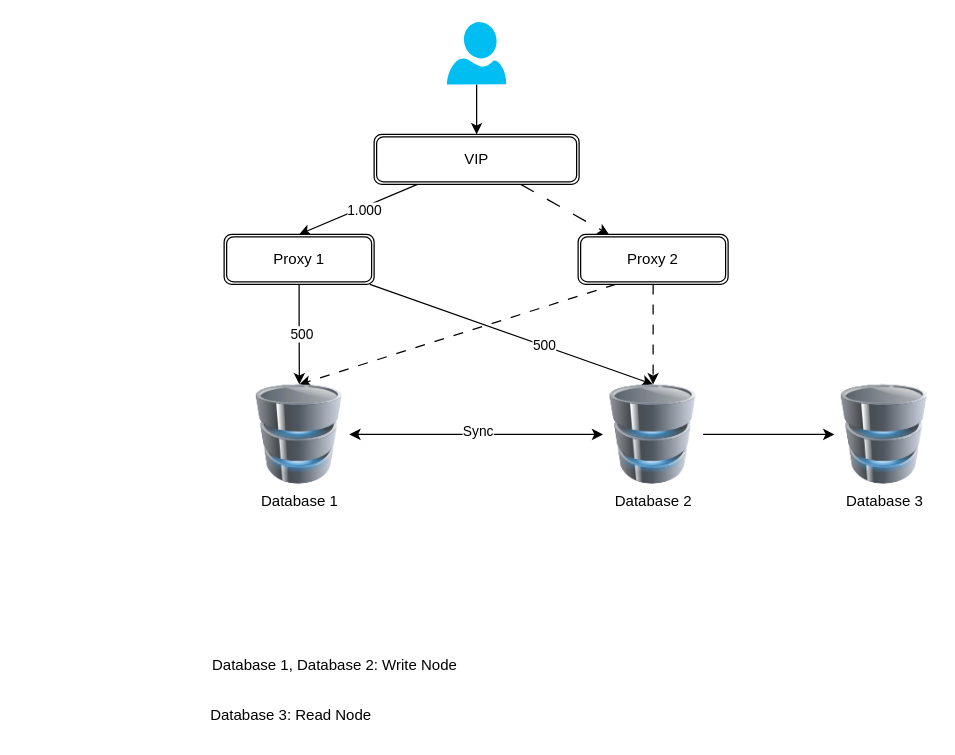
The draw.io diagram active-active.drawio in phongdd/CK-Flows, before the edit. Source tidied: cells renumbered, new cells numbered last; positions are measured from the earlier drawing's top-left corner, leaving out a move shared by most shapes. Both pictures are drawn from the tidied source at 125%, with x=0, y=0 at pixel (196, 21).
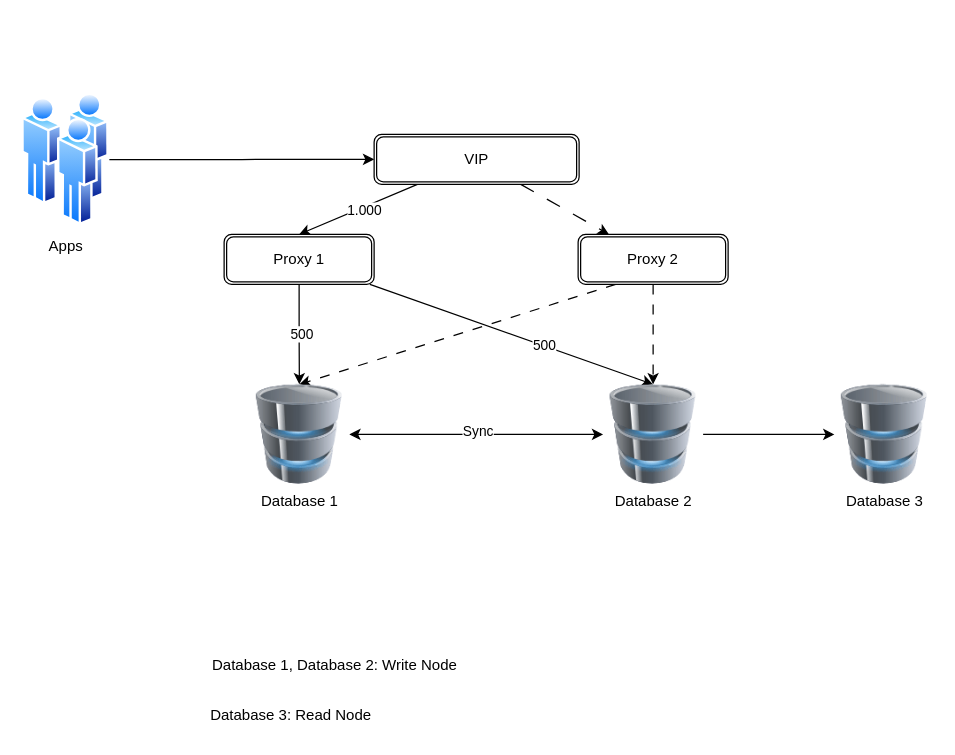
After the change.

The change refers to these unchanged cells:
```xml
<mxCell id="7" value="VIP" style="shape=ext;double=1;rounded=1;whiteSpace=wrap;html=1;" parent="1" vertex="1">
  <mxGeometry x="141.8" y="90" width="164" height="40" as="geometry" />
</mxCell>
```

The edit, as a diff of the source:
```diff
@@
-    <mxCell id="2" style="edgeStyle=orthogonalEdgeStyle;rounded=0;jettySize=auto;html=1;" parent="1" edge="1" source="3" target="7">
-      <mxGeometry relative="1" as="geometry" />
-    </mxCell>
-    <mxCell id="3" style="verticalLabelPosition=bottom;html=1;verticalAlign=top;align=center;strokeColor=none;fillColor=#00BEF2;shape=mxgraph.azure.user;" parent="1" vertex="1">
-      <mxGeometry x="200" width="47.5" height="50" as="geometry" />
-    </mxCell>
@@
+    <mxCell id="24" style="edgeStyle=orthogonalEdgeStyle;rounded=0;jettySize=auto;html=1;entryX=0;entryY=0.5;entryDx=0;entryDy=0;" parent="1" edge="1" source="25" target="7">
+      <mxGeometry relative="1" as="geometry" />
+    </mxCell>
+    <mxCell id="25" value="Apps" style="image;perimeter=ellipsePerimeter;html=1;align=center;shadow=0;dashed=0;spacingTop=3;image=img/lib/active_directory/users.svg;" parent="1" vertex="1">
+      <mxGeometry x="-140" y="57" width="70" height="106.1" as="geometry" />
+    </mxCell>
```
